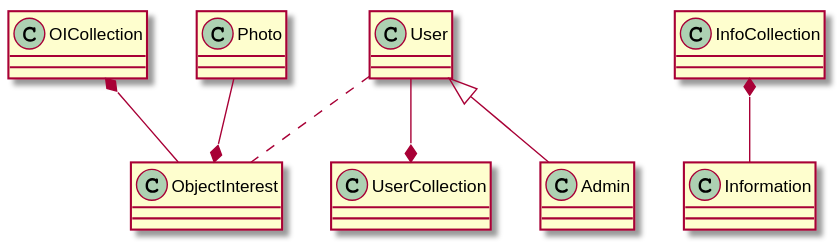
Earlier version of the PlantUML export lab2/out/Entity Class Diagram.svg (Jennglebell/CZ2006-AAAAAA).
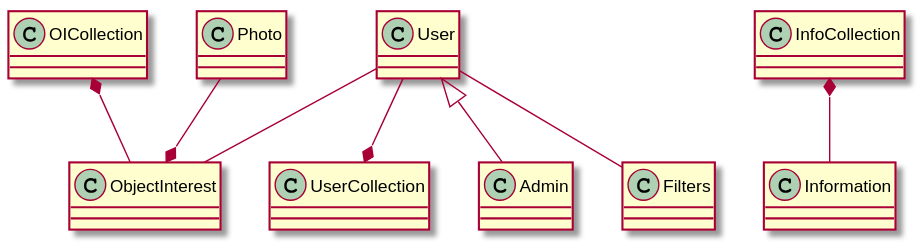
After the change.

Commit message:
Updated Sequence Diagram

Diff of the diagram source:
```diff
@@ -3,6 +3,7 @@
 Photo --* ObjectInterest
 User --* UserCollection
 User <|-- Admin
-User .. ObjectInterest
+User -- ObjectInterest
+User -- Filters
 InfoCollection *-- Information
 @enduml
```
